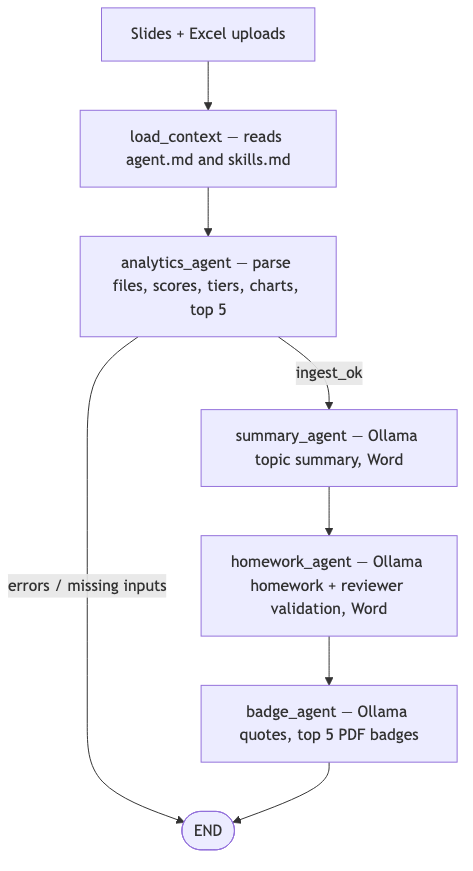
The Mermaid diagram docs/multiagent_flowchart.png in Rashpinder1985/Active-ClassTeacher-Agent, before a commit. Its source is kept beside it as docs/multiagent_flowchart.mmd.
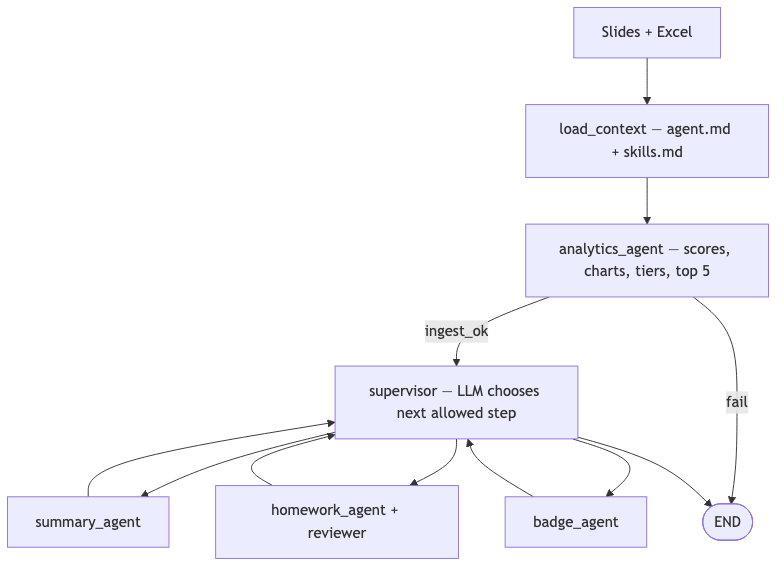
Above is the later version.

Commit message:
Post-analytics LLM supervisor routing (LangGraph loop)

Change to the diagram source:
```diff
@@ -1,16 +1,21 @@
 flowchart TB
-    files["Slides + Excel uploads"]
-    LC["load_context — reads agent.md and skills.md"]
-    AN["analytics_agent — parse files, scores, tiers, charts, top 5"]
-    SM["summary_agent — Ollama topic summary, Word"]
-    HW["homework_agent — Ollama homework + reviewer validation, Word"]
-    BD["badge_agent — Ollama quotes, top 5 PDF badges"]
+    files["Slides + Excel"]
+    LC["load_context — agent.md + skills.md"]
+    AN["analytics_agent — scores, charts, tiers, top 5"]
+    SV["supervisor — LLM chooses next allowed step"]
+    SM["summary_agent"]
+    HW["homework_agent + reviewer"]
+    BD["badge_agent"]
     END(["END"])
 
     files --> LC
     LC --> AN
-    AN -->|ingest_ok| SM
-    AN -->|errors / missing inputs| END
-    SM --> HW
-    HW --> BD
-    BD --> END
+    AN -->|ingest_ok| SV
+    AN -->|fail| END
+    SV --> SM
+    SV --> HW
+    SV --> BD
+    SV --> END
+    SM --> SV
+    HW --> SV
+    BD --> SV
```
